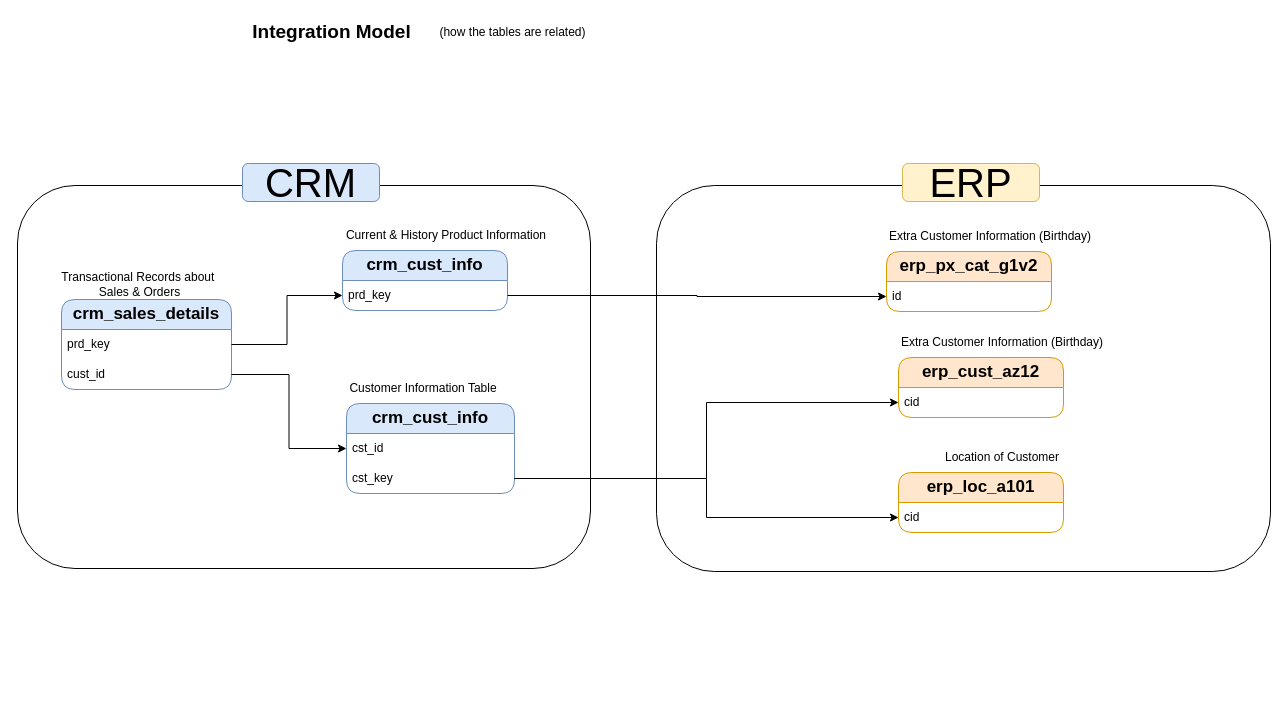
This is page "Page-3" (3 of 4) of docs/DWH Architecture.drawio from papijo/sql-data-warehouse-project, a draw.io file, before an edit. Source tidied: cells renumbered, new cells numbered last; positions are measured from the earlier drawing's top-left corner, leaving out a move shared by most shapes. Both pictures are drawn from the tidied source at 100%, with x=0, y=0 at pixel (17, 17).
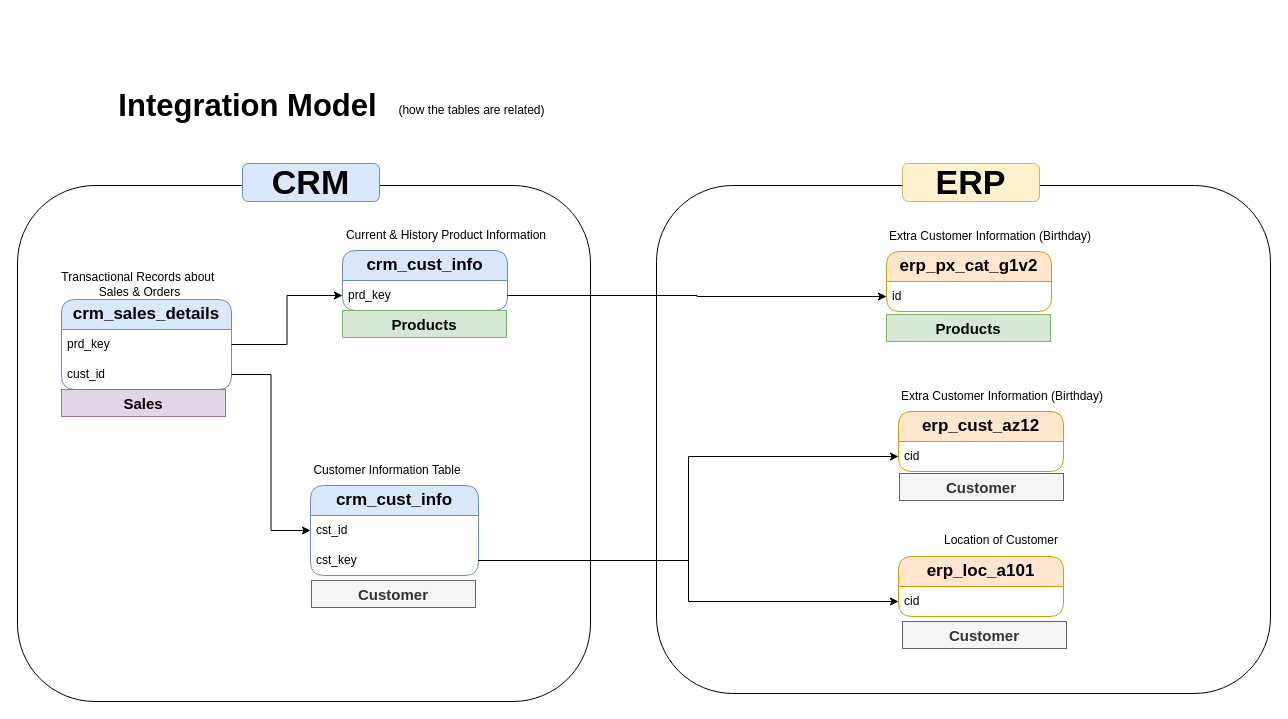
The same diagram, later.

What changed in the source:
```diff
@@
+    <mxCell id="29" style="rounded=1;whiteSpace=wrap;html=1;glass=0;fillColor=none;" parent="1" vertex="1">
+      <mxGeometry y="168" width="573" height="516" as="geometry" />
+    </mxCell>
+    <mxCell id="31" style="rounded=1;whiteSpace=wrap;html=1;fillColor=none;" parent="1" vertex="1">
+      <mxGeometry x="639" y="168" width="614" height="508" as="geometry" />
+    </mxCell>
-    <mxCell id="2" value="&lt;b&gt;&lt;font style=&quot;font-size: 19px;&quot;&gt;Integration Model&lt;/font&gt;&lt;/b&gt;" style="text;html=1;whiteSpace=wrap;strokeColor=none;fillColor=none;align=center;verticalAlign=middle;rounded=0;" parent="1" vertex="1">
-      <mxGeometry x="212" width="205" height="30" as="geometry" />
+    <mxCell id="2" value="&lt;b&gt;&lt;font style=&quot;font-size: 31px;&quot;&gt;Integration Model&lt;/font&gt;&lt;/b&gt;" style="text;html=1;whiteSpace=wrap;strokeColor=none;fillColor=none;align=center;verticalAlign=middle;rounded=0;" parent="1" vertex="1">
+      <mxGeometry x="57" y="46" width="347" height="84" as="geometry" />
     </mxCell>
     <mxCell id="3" value="(how the tables are related)" style="text;html=1;whiteSpace=wrap;strokeColor=none;fillColor=none;align=center;verticalAlign=middle;rounded=0;" parent="1" vertex="1">
-      <mxGeometry x="414" width="163" height="30" as="geometry" />
+      <mxGeometry x="373" y="78" width="163" height="30" as="geometry" />
     </mxCell>
     <mxCell id="4" value="&lt;font style=&quot;font-size: 17px;&quot;&gt;&lt;b&gt;crm_cust_info&lt;/b&gt;&lt;/font&gt;" style="swimlane;fontStyle=0;horizontal=1;startSize=30;whiteSpace=wrap;html=1;rounded=1;fillColor=#dae8fc;strokeColor=#6c8ebf;" parent="1" vertex="1">
-      <mxGeometry x="329" y="386" width="168" height="90" as="geometry" />
+      <mxGeometry x="293" y="468" width="168" height="90" as="geometry" />
     </mxCell>
@@
     <mxCell id="7" value="Customer Information Table" style="text;html=1;whiteSpace=wrap;strokeColor=none;fillColor=none;align=center;verticalAlign=middle;rounded=0;" parent="1" vertex="1">
-      <mxGeometry x="318" y="356" width="176" height="30" as="geometry" />
+      <mxGeometry x="282" y="438" width="176" height="30" as="geometry" />
     </mxCell>
@@
     <mxCell id="17" value="&lt;font style=&quot;font-size: 17px;&quot;&gt;&lt;b&gt;erp_cust_az12&lt;/b&gt;&lt;/font&gt;" style="swimlane;fontStyle=0;horizontal=1;startSize=30;whiteSpace=wrap;html=1;rounded=1;fillColor=#ffe6cc;strokeColor=#d79b00;" parent="1" vertex="1">
-      <mxGeometry x="881" y="340" width="165" height="60" as="geometry" />
+      <mxGeometry x="881" y="394" width="165" height="60" as="geometry" />
     </mxCell>
@@
     <mxCell id="19" value="Extra Customer Information (Birthday)" style="text;html=1;whiteSpace=wrap;strokeColor=none;fillColor=none;align=center;verticalAlign=middle;rounded=0;" parent="1" vertex="1">
-      <mxGeometry x="865" y="310" width="240" height="30" as="geometry" />
+      <mxGeometry x="865" y="364" width="240" height="30" as="geometry" />
     </mxCell>
@@
     <mxCell id="21" value="&lt;font style=&quot;font-size: 17px;&quot;&gt;&lt;b&gt;erp_loc_a101&lt;/b&gt;&lt;/font&gt;" style="swimlane;fontStyle=0;horizontal=1;startSize=30;whiteSpace=wrap;html=1;rounded=1;fillColor=#ffe6cc;strokeColor=#d79b00;" parent="1" vertex="1">
-      <mxGeometry x="881" y="455" width="165" height="60" as="geometry" />
+      <mxGeometry x="881" y="539" width="165" height="60" as="geometry" />
     </mxCell>
@@
     <mxCell id="23" value="Location of Customer" style="text;html=1;whiteSpace=wrap;strokeColor=none;fillColor=none;align=center;verticalAlign=middle;rounded=0;" parent="1" vertex="1">
-      <mxGeometry x="865" y="425" width="240" height="30" as="geometry" />
+      <mxGeometry x="864" y="508" width="240" height="30" as="geometry" />
     </mxCell>
@@
-    <mxCell id="29" style="rounded=1;whiteSpace=wrap;html=1;glass=0;fillColor=none;" parent="1" vertex="1">
-      <mxGeometry y="168" width="573" height="383" as="geometry" />
-    </mxCell>
-    <mxCell id="30" value="&lt;font style=&quot;font-size: 40px;&quot;&gt;CRM&lt;/font&gt;" style="text;html=1;whiteSpace=wrap;strokeColor=#6c8ebf;fillColor=#dae8fc;align=center;verticalAlign=middle;rounded=1;" parent="1" vertex="1">
+    <mxCell id="30" value="&lt;font style=&quot;font-size: 34px;&quot;&gt;&lt;b style=&quot;&quot;&gt;CRM&lt;/b&gt;&lt;/font&gt;" style="text;html=1;whiteSpace=wrap;strokeColor=#6c8ebf;fillColor=#dae8fc;align=center;verticalAlign=middle;rounded=1;" parent="1" vertex="1">
       <mxGeometry x="225" y="146" width="137" height="38" as="geometry" />
     </mxCell>
-    <mxCell id="31" style="rounded=1;whiteSpace=wrap;html=1;fillColor=none;" parent="1" vertex="1">
-      <mxGeometry x="639" y="168" width="614" height="386" as="geometry" />
-    </mxCell>
-    <mxCell id="32" value="&lt;font style=&quot;font-size: 40px;&quot;&gt;ERP&lt;/font&gt;" style="text;html=1;whiteSpace=wrap;strokeColor=#d6b656;fillColor=#fff2cc;align=center;verticalAlign=middle;rounded=1;" parent="1" vertex="1">
+    <mxCell id="32" value="&lt;font style=&quot;font-size: 34px;&quot;&gt;&lt;b style=&quot;&quot;&gt;ERP&lt;/b&gt;&lt;/font&gt;" style="text;html=1;whiteSpace=wrap;strokeColor=#d6b656;fillColor=#fff2cc;align=center;verticalAlign=middle;rounded=1;" parent="1" vertex="1">
       <mxGeometry x="885" y="146" width="137" height="38" as="geometry" />
     </mxCell>
+    <mxCell id="33" value="&lt;font style=&quot;font-size: 15px;&quot;&gt;&lt;b style=&quot;&quot;&gt;Products&lt;/b&gt;&lt;/font&gt;" style="text;html=1;strokeColor=#82b366;fillColor=#d5e8d4;align=center;verticalAlign=middle;whiteSpace=wrap;overflow=hidden;" parent="1" vertex="1">
+      <mxGeometry x="325" y="293" width="164" height="27" as="geometry" />
+    </mxCell>
+    <mxCell id="34" value="&lt;font style=&quot;font-size: 15px;&quot;&gt;&lt;b style=&quot;&quot;&gt;Products&lt;/b&gt;&lt;/font&gt;" style="text;html=1;strokeColor=#82b366;fillColor=#d5e8d4;align=center;verticalAlign=middle;whiteSpace=wrap;overflow=hidden;" parent="1" vertex="1">
+      <mxGeometry x="869" y="297" width="164" height="27" as="geometry" />
+    </mxCell>
+    <mxCell id="35" value="&lt;font style=&quot;font-size: 15px;&quot;&gt;&lt;b style=&quot;&quot;&gt;Customer&lt;/b&gt;&lt;/font&gt;" style="text;html=1;strokeColor=#666666;fillColor=#f5f5f5;align=center;verticalAlign=middle;whiteSpace=wrap;overflow=hidden;fontColor=#333333;" parent="1" vertex="1">
+      <mxGeometry x="294" y="563" width="164" height="27" as="geometry" />
+    </mxCell>
+    <mxCell id="36" value="&lt;font style=&quot;font-size: 15px;&quot;&gt;&lt;b style=&quot;&quot;&gt;Customer&lt;/b&gt;&lt;/font&gt;" style="text;html=1;strokeColor=#666666;fillColor=#f5f5f5;align=center;verticalAlign=middle;whiteSpace=wrap;overflow=hidden;fontColor=#333333;" parent="1" vertex="1">
+      <mxGeometry x="882" y="456" width="164" height="27" as="geometry" />
+    </mxCell>
+    <mxCell id="37" value="&lt;font style=&quot;font-size: 15px;&quot;&gt;&lt;b style=&quot;&quot;&gt;Customer&lt;/b&gt;&lt;/font&gt;" style="text;html=1;strokeColor=#666666;fillColor=#f5f5f5;align=center;verticalAlign=middle;whiteSpace=wrap;overflow=hidden;fontColor=#333333;" parent="1" vertex="1">
+      <mxGeometry x="885" y="604" width="164" height="27" as="geometry" />
+    </mxCell>
+    <mxCell id="38" value="&lt;font style=&quot;font-size: 15px;&quot;&gt;&lt;b style=&quot;&quot;&gt;Sales&lt;/b&gt;&lt;/font&gt;" style="text;html=1;strokeColor=#9673a6;fillColor=#e1d5e7;align=center;verticalAlign=middle;whiteSpace=wrap;overflow=hidden;" parent="1" vertex="1">
+      <mxGeometry x="44" y="372" width="164" height="27" as="geometry" />
+    </mxCell>
```
